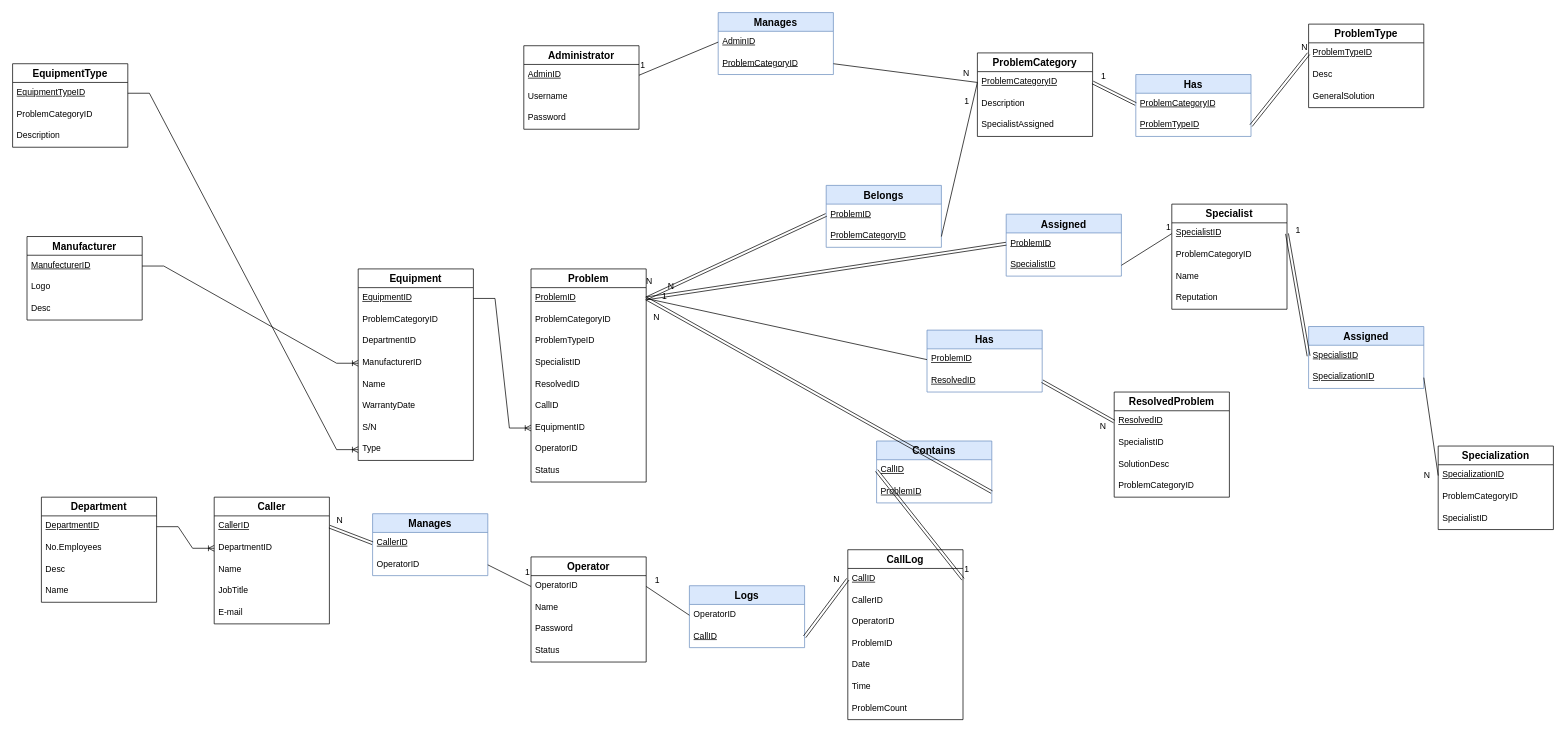
Above: DiagramaEquipamento.drawio in VascoMatos/diagramas (draw.io), before the change. Source tidied: cells renumbered, new cells numbered last; positions are measured from the earlier drawing's top-left corner, leaving out a move shared by most shapes. Both pictures are drawn from the tidied source at 72%, with x=0, y=0 at pixel (12, 12).
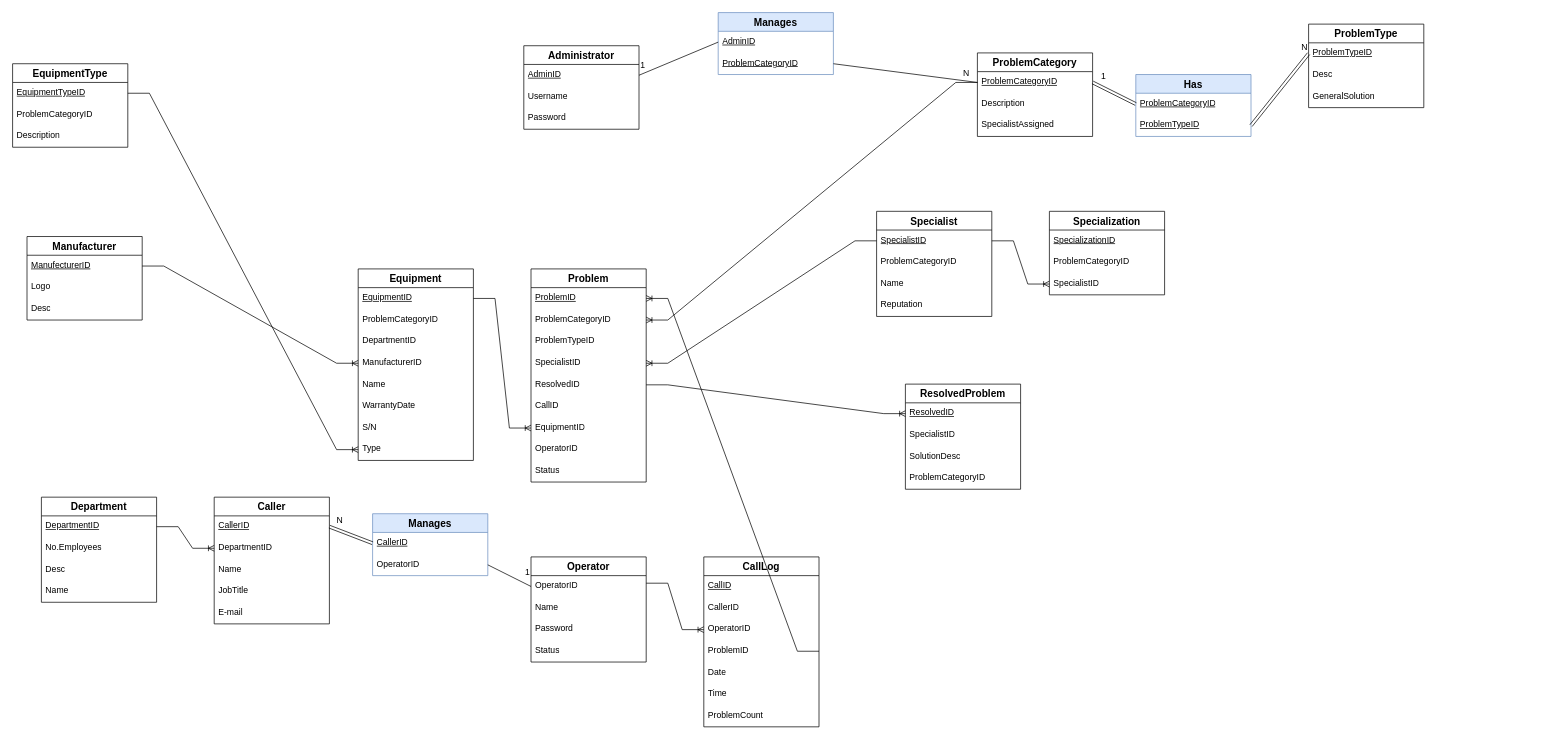
The same page after the edit.

The change refers to these unchanged cells:
```xml
<mxCell id="25" value="Operator" style="swimlane;fontStyle=1;horizontal=1;startSize=26;align=center;fontSize=14;" parent="1" vertex="1">
  <mxGeometry x="720" y="756" width="160" height="146" as="geometry" />
</mxCell>
<mxCell id="26" value="OperatorID" style="text;strokeColor=none;fillColor=none;spacingLeft=4;spacingRight=4;overflow=hidden;points=[[0,0.5],[1,0.5]];portConstraint=eastwest;fontSize=12;whiteSpace=wrap;html=1;" parent="25" vertex="1">
  <mxGeometry y="26" width="160" height="30" as="geometry" />
</mxCell>
<mxCell id="31" value="&lt;u&gt;CallID&lt;/u&gt;" style="text;strokeColor=none;fillColor=none;spacingLeft=4;spacingRight=4;overflow=hidden;points=[[0,0.5],[1,0.5]];portConstraint=eastwest;fontSize=12;whiteSpace=wrap;html=1;" parent="30" vertex="1">
  <mxGeometry y="26" width="160" height="30" as="geometry" />
</mxCell>
<mxCell id="33" value="OperatorID" style="text;strokeColor=none;fillColor=none;spacingLeft=4;spacingRight=4;overflow=hidden;points=[[0,0.5],[1,0.5]];portConstraint=eastwest;fontSize=12;whiteSpace=wrap;html=1;" parent="30" vertex="1">
  <mxGeometry y="86" width="160" height="30" as="geometry" />
</mxCell>
<mxCell id="34" value="ProblemID" style="text;strokeColor=none;fillColor=none;spacingLeft=4;spacingRight=4;overflow=hidden;points=[[0,0.5],[1,0.5]];portConstraint=eastwest;fontSize=12;whiteSpace=wrap;html=1;" parent="30" vertex="1">
  <mxGeometry y="116" width="160" height="30" as="geometry" />
</mxCell>
<mxCell id="48" value="&lt;u&gt;SpecializationID&lt;/u&gt;" style="text;strokeColor=none;fillColor=none;spacingLeft=4;spacingRight=4;overflow=hidden;points=[[0,0.5],[1,0.5]];portConstraint=eastwest;fontSize=12;whiteSpace=wrap;html=1;" parent="47" vertex="1">
  <mxGeometry y="26" width="160" height="30" as="geometry" />
</mxCell>
<mxCell id="50" value="SpecialistID" style="text;strokeColor=none;fillColor=none;spacingLeft=4;spacingRight=4;overflow=hidden;points=[[0,0.5],[1,0.5]];portConstraint=eastwest;fontSize=12;whiteSpace=wrap;html=1;" parent="47" vertex="1">
  <mxGeometry y="86" width="160" height="30" as="geometry" />
</mxCell>
<mxCell id="52" value="&lt;u&gt;ProblemCategoryID&lt;/u&gt;" style="text;strokeColor=none;fillColor=none;spacingLeft=4;spacingRight=4;overflow=hidden;points=[[0,0.5],[1,0.5]];portConstraint=eastwest;fontSize=12;whiteSpace=wrap;html=1;" parent="51" vertex="1">
  <mxGeometry y="26" width="160" height="30" as="geometry" />
</mxCell>
<mxCell id="60" value="&lt;u&gt;ResolvedID&lt;/u&gt;" style="text;strokeColor=none;fillColor=none;spacingLeft=4;spacingRight=4;overflow=hidden;points=[[0,0.5],[1,0.5]];portConstraint=eastwest;fontSize=12;whiteSpace=wrap;html=1;" parent="59" vertex="1">
  <mxGeometry y="26" width="160" height="30" as="geometry" />
</mxCell>
<mxCell id="65" value="&lt;u&gt;SpecialistID&lt;/u&gt;" style="text;strokeColor=none;fillColor=none;spacingLeft=4;spacingRight=4;overflow=hidden;points=[[0,0.5],[1,0.5]];portConstraint=eastwest;fontSize=12;whiteSpace=wrap;html=1;" parent="64" vertex="1">
  <mxGeometry y="26" width="160" height="30" as="geometry" />
</mxCell>
<mxCell id="70" value="&lt;u&gt;ProblemID&lt;/u&gt;" style="text;strokeColor=none;fillColor=none;spacingLeft=4;spacingRight=4;overflow=hidden;points=[[0,0.5],[1,0.5]];portConstraint=eastwest;fontSize=12;whiteSpace=wrap;html=1;" parent="69" vertex="1">
  <mxGeometry y="26" width="160" height="30" as="geometry" />
</mxCell>
<mxCell id="71" value="ProblemCategoryID" style="text;strokeColor=none;fillColor=none;spacingLeft=4;spacingRight=4;overflow=hidden;points=[[0,0.5],[1,0.5]];portConstraint=eastwest;fontSize=12;whiteSpace=wrap;html=1;" parent="69" vertex="1">
  <mxGeometry y="56" width="160" height="30" as="geometry" />
</mxCell>
<mxCell id="73" value="SpecialistID" style="text;strokeColor=none;fillColor=none;spacingLeft=4;spacingRight=4;overflow=hidden;points=[[0,0.5],[1,0.5]];portConstraint=eastwest;fontSize=12;whiteSpace=wrap;html=1;" parent="69" vertex="1">
  <mxGeometry y="116" width="160" height="30" as="geometry" />
</mxCell>
<mxCell id="74" value="ResolvedID" style="text;strokeColor=none;fillColor=none;spacingLeft=4;spacingRight=4;overflow=hidden;points=[[0,0.5],[1,0.5]];portConstraint=eastwest;fontSize=12;whiteSpace=wrap;html=1;" parent="69" vertex="1">
  <mxGeometry y="146" width="160" height="30" as="geometry" />
</mxCell>
```

The edit, as a diff of the source:
```diff
@@
     <mxCell id="30" value="CallLog" style="swimlane;fontStyle=1;horizontal=1;startSize=26;align=center;fontSize=14;" parent="1" vertex="1">
-      <mxGeometry x="1160" y="746" width="160" height="236" as="geometry" />
+      <mxGeometry x="960" y="756" width="160" height="236" as="geometry" />
     </mxCell>
@@
     <mxCell id="47" value="Specialization" style="swimlane;fontStyle=1;horizontal=1;startSize=26;align=center;fontSize=14;" parent="1" vertex="1">
-      <mxGeometry x="1980" y="602" width="160" height="116" as="geometry" />
+      <mxGeometry x="1440" y="276" width="160" height="116" as="geometry" />
     </mxCell>
@@
     <mxCell id="59" value="ResolvedProblem" style="swimlane;fontStyle=1;horizontal=1;startSize=26;align=center;fontSize=14;" parent="1" vertex="1">
-      <mxGeometry x="1530" y="527" width="160" height="146" as="geometry" />
+      <mxGeometry x="1240" y="516" width="160" height="146" as="geometry" />
     </mxCell>
@@
     <mxCell id="64" value="Specialist" style="swimlane;fontStyle=1;horizontal=1;startSize=26;align=center;fontSize=14;" parent="1" vertex="1">
-      <mxGeometry x="1610" y="266" width="160" height="146" as="geometry" />
+      <mxGeometry x="1200" y="276" width="160" height="146" as="geometry" />
     </mxCell>
@@
-    <mxCell id="93" value="Belongs" style="swimlane;fontStyle=1;horizontal=1;startSize=26;align=center;fontSize=14;fillColor=#dae8fc;strokeColor=#6c8ebf;" parent="1" vertex="1">
-      <mxGeometry x="1130" y="240" width="160" height="86" as="geometry" />
-    </mxCell>
-    <mxCell id="94" value="&lt;u&gt;ProblemID&lt;/u&gt;" style="text;strokeColor=none;fillColor=none;spacingLeft=4;spacingRight=4;overflow=hidden;points=[[0,0.5],[1,0.5]];portConstraint=eastwest;fontSize=12;whiteSpace=wrap;html=1;" parent="93" vertex="1">
-      <mxGeometry y="26" width="160" height="30" as="geometry" />
-    </mxCell>
-    <mxCell id="95" value="&lt;u&gt;ProblemCategoryID&lt;/u&gt;" style="text;strokeColor=none;fillColor=none;spacingLeft=4;spacingRight=4;overflow=hidden;points=[[0,0.5],[1,0.5]];portConstraint=eastwest;fontSize=12;whiteSpace=wrap;html=1;" parent="93" vertex="1">
-      <mxGeometry y="56" width="160" height="30" as="geometry" />
-    </mxCell>
-    <mxCell id="96" style="shape=link;html=1;rounded=0;entryX=1;entryY=0.5;entryDx=0;entryDy=0;exitX=0;exitY=0.5;exitDx=0;exitDy=0;" parent="1" edge="1" source="94" target="70">
-      <mxGeometry relative="1" as="geometry" />
-    </mxCell>
-    <mxCell id="97" value="N" style="html=1;whiteSpace=wrap;align=right;verticalAlign=bottom;" parent="96" vertex="1">
-      <mxGeometry x="1" relative="1" as="geometry">
-        <mxPoint x="10" y="-15" as="offset" />
-      </mxGeometry>
-    </mxCell>
-    <mxCell id="98" style="endArrow=none;html=1;rounded=0;exitX=1;exitY=0.5;exitDx=0;exitDy=0;entryX=0;entryY=0.5;entryDx=0;entryDy=0;" parent="1" edge="1" source="95" target="52">
-      <mxGeometry relative="1" as="geometry" />
-    </mxCell>
-    <mxCell id="99" value="1" style="html=1;whiteSpace=wrap;align=right;verticalAlign=bottom;" parent="98" vertex="1">
-      <mxGeometry x="1" relative="1" as="geometry">
-        <mxPoint x="-10" y="35" as="offset" />
-      </mxGeometry>
-    </mxCell>
@@
-    <mxCell id="107" value="Logs" style="swimlane;fontStyle=1;horizontal=1;startSize=26;align=center;fontSize=14;fillColor=#dae8fc;strokeColor=#6c8ebf;" parent="1" vertex="1">
-      <mxGeometry x="940" y="796" width="160" height="86" as="geometry" />
-    </mxCell>
-    <mxCell id="108" value="OperatorID" style="text;strokeColor=none;fillColor=none;spacingLeft=4;spacingRight=4;overflow=hidden;points=[[0,0.5],[1,0.5]];portConstraint=eastwest;fontSize=12;whiteSpace=wrap;html=1;" parent="107" vertex="1">
-      <mxGeometry y="26" width="160" height="30" as="geometry" />
-    </mxCell>
-    <mxCell id="109" value="&lt;u&gt;CallID&lt;/u&gt;" style="text;strokeColor=none;fillColor=none;spacingLeft=4;spacingRight=4;overflow=hidden;points=[[0,0.5],[1,0.5]];portConstraint=eastwest;fontSize=12;whiteSpace=wrap;html=1;" parent="107" vertex="1">
-      <mxGeometry y="56" width="160" height="30" as="geometry" />
-    </mxCell>
-    <mxCell id="110" style="endArrow=none;html=1;rounded=0;entryX=1;entryY=0.5;entryDx=0;entryDy=0;exitX=0;exitY=0.5;exitDx=0;exitDy=0;" parent="1" edge="1" source="108" target="26">
-      <mxGeometry relative="1" as="geometry" />
-    </mxCell>
-    <mxCell id="111" value="1" style="html=1;whiteSpace=wrap;align=right;verticalAlign=bottom;" parent="110" vertex="1">
-      <mxGeometry x="1" relative="1" as="geometry">
-        <mxPoint x="20" as="offset" />
-      </mxGeometry>
-    </mxCell>
-    <mxCell id="112" style="shape=link;html=1;rounded=0;entryX=0;entryY=0.5;entryDx=0;entryDy=0;exitX=1;exitY=0.5;exitDx=0;exitDy=0;" parent="1" edge="1" source="109" target="31">
-      <mxGeometry relative="1" as="geometry" />
-    </mxCell>
-    <mxCell id="113" value="N" style="html=1;whiteSpace=wrap;align=right;verticalAlign=bottom;" parent="112" vertex="1">
-      <mxGeometry x="1" relative="1" as="geometry">
-        <mxPoint x="-10" y="9" as="offset" />
-      </mxGeometry>
-    </mxCell>
-    <mxCell id="114" value="Contains" style="swimlane;fontStyle=1;horizontal=1;startSize=26;align=center;fontSize=14;fillColor=#dae8fc;strokeColor=#6c8ebf;" parent="1" vertex="1">
-      <mxGeometry x="1200" y="595" width="160" height="86" as="geometry" />
-    </mxCell>
-    <mxCell id="115" value="&lt;u&gt;CallID&lt;/u&gt;" style="text;strokeColor=none;fillColor=none;spacingLeft=4;spacingRight=4;overflow=hidden;points=[[0,0.5],[1,0.5]];portConstraint=eastwest;fontSize=12;whiteSpace=wrap;html=1;" parent="114" vertex="1">
-      <mxGeometry y="26" width="160" height="30" as="geometry" />
-    </mxCell>
-    <mxCell id="116" value="&lt;u&gt;ProblemID&lt;/u&gt;" style="text;strokeColor=none;fillColor=none;spacingLeft=4;spacingRight=4;overflow=hidden;points=[[0,0.5],[1,0.5]];portConstraint=eastwest;fontSize=12;whiteSpace=wrap;html=1;" parent="114" vertex="1">
-      <mxGeometry y="56" width="160" height="30" as="geometry" />
-    </mxCell>
-    <mxCell id="117" style="shape=link;html=1;rounded=0;entryX=1;entryY=0.5;entryDx=0;entryDy=0;exitX=0;exitY=0.5;exitDx=0;exitDy=0;" parent="1" edge="1" source="115" target="31">
-      <mxGeometry relative="1" as="geometry" />
-    </mxCell>
-    <mxCell id="118" value="1" style="html=1;whiteSpace=wrap;align=right;verticalAlign=bottom;" parent="117" vertex="1">
-      <mxGeometry x="1" relative="1" as="geometry">
-        <mxPoint x="10" y="-5" as="offset" />
-      </mxGeometry>
-    </mxCell>
-    <mxCell id="119" style="shape=link;html=1;rounded=0;exitX=1;exitY=0.5;exitDx=0;exitDy=0;entryX=1;entryY=0.5;entryDx=0;entryDy=0;" parent="1" edge="1" source="116" target="70">
-      <mxGeometry relative="1" as="geometry" />
-    </mxCell>
-    <mxCell id="120" value="N" style="html=1;whiteSpace=wrap;align=right;verticalAlign=bottom;" parent="119" vertex="1">
-      <mxGeometry x="1" relative="1" as="geometry">
-        <mxPoint x="20" y="35" as="offset" />
-      </mxGeometry>
-    </mxCell>
-    <mxCell id="121" value="Assigned" style="swimlane;fontStyle=1;horizontal=1;startSize=26;align=center;fontSize=14;fillColor=#dae8fc;strokeColor=#6c8ebf;" parent="1" vertex="1">
-      <mxGeometry x="1800" y="436" width="160" height="86" as="geometry" />
-    </mxCell>
-    <mxCell id="122" value="&lt;u&gt;SpecialistID&lt;/u&gt;" style="text;strokeColor=none;fillColor=none;spacingLeft=4;spacingRight=4;overflow=hidden;points=[[0,0.5],[1,0.5]];portConstraint=eastwest;fontSize=12;whiteSpace=wrap;html=1;" parent="121" vertex="1">
-      <mxGeometry y="26" width="160" height="30" as="geometry" />
-    </mxCell>
-    <mxCell id="123" value="&lt;u&gt;SpecializationID&lt;/u&gt;" style="text;strokeColor=none;fillColor=none;spacingLeft=4;spacingRight=4;overflow=hidden;points=[[0,0.5],[1,0.5]];portConstraint=eastwest;fontSize=12;whiteSpace=wrap;html=1;" parent="121" vertex="1">
-      <mxGeometry y="56" width="160" height="30" as="geometry" />
-    </mxCell>
-    <mxCell id="124" style="shape=link;html=1;rounded=0;entryX=1;entryY=0.5;entryDx=0;entryDy=0;exitX=0;exitY=0.5;exitDx=0;exitDy=0;" parent="1" edge="1" source="122" target="65">
-      <mxGeometry relative="1" as="geometry" />
-    </mxCell>
-    <mxCell id="125" value="1" style="html=1;whiteSpace=wrap;align=right;verticalAlign=bottom;" parent="124" vertex="1">
-      <mxGeometry x="1" relative="1" as="geometry">
-        <mxPoint x="20" y="4" as="offset" />
-      </mxGeometry>
-    </mxCell>
-    <mxCell id="126" style="endArrow=none;html=1;rounded=0;exitX=1;exitY=0.5;exitDx=0;exitDy=0;entryX=0;entryY=0.5;entryDx=0;entryDy=0;" parent="1" edge="1" source="123" target="48">
-      <mxGeometry relative="1" as="geometry" />
-    </mxCell>
-    <mxCell id="127" value="N" style="html=1;whiteSpace=wrap;align=right;verticalAlign=bottom;" parent="126" vertex="1">
-      <mxGeometry x="1" relative="1" as="geometry">
-        <mxPoint x="-10" y="8" as="offset" />
-      </mxGeometry>
-    </mxCell>
-    <mxCell id="128" value="Has" style="swimlane;fontStyle=1;horizontal=1;startSize=26;align=center;fontSize=14;fillColor=#dae8fc;strokeColor=#6c8ebf;" parent="1" vertex="1">
-      <mxGeometry x="1270" y="441" width="160" height="86" as="geometry" />
-    </mxCell>
-    <mxCell id="129" value="&lt;u&gt;ProblemID&lt;/u&gt;" style="text;strokeColor=none;fillColor=none;spacingLeft=4;spacingRight=4;overflow=hidden;points=[[0,0.5],[1,0.5]];portConstraint=eastwest;fontSize=12;whiteSpace=wrap;html=1;" parent="128" vertex="1">
-      <mxGeometry y="26" width="160" height="30" as="geometry" />
-    </mxCell>
-    <mxCell id="130" value="&lt;u&gt;ResolvedID&lt;/u&gt;" style="text;strokeColor=none;fillColor=none;spacingLeft=4;spacingRight=4;overflow=hidden;points=[[0,0.5],[1,0.5]];portConstraint=eastwest;fontSize=12;whiteSpace=wrap;html=1;" parent="128" vertex="1">
-      <mxGeometry y="56" width="160" height="30" as="geometry" />
-    </mxCell>
-    <mxCell id="131" style="endArrow=none;html=1;rounded=0;entryX=1;entryY=0.5;entryDx=0;entryDy=0;exitX=0;exitY=0.5;exitDx=0;exitDy=0;" parent="1" edge="1" source="129" target="70">
-      <mxGeometry relative="1" as="geometry" />
-    </mxCell>
-    <mxCell id="132" value="1" style="html=1;whiteSpace=wrap;align=right;verticalAlign=bottom;" parent="131" vertex="1">
-      <mxGeometry x="1" relative="1" as="geometry">
-        <mxPoint x="30" y="5" as="offset" />
-      </mxGeometry>
-    </mxCell>
-    <mxCell id="133" style="shape=link;html=1;rounded=0;entryX=0;entryY=0.5;entryDx=0;entryDy=0;exitX=1;exitY=0.5;exitDx=0;exitDy=0;" parent="1" edge="1" source="130" target="60">
-      <mxGeometry relative="1" as="geometry" />
-    </mxCell>
-    <mxCell id="134" value="N" style="html=1;whiteSpace=wrap;align=right;verticalAlign=bottom;" parent="133" vertex="1">
-      <mxGeometry x="1" relative="1" as="geometry">
-        <mxPoint x="-10" y="15" as="offset" />
-      </mxGeometry>
-    </mxCell>
-    <mxCell id="135" value="Assigned" style="swimlane;fontStyle=1;horizontal=1;startSize=26;align=center;fontSize=14;fillColor=#dae8fc;strokeColor=#6c8ebf;" parent="1" vertex="1">
-      <mxGeometry x="1380" y="280" width="160" height="86" as="geometry" />
-    </mxCell>
-    <mxCell id="136" value="&lt;u&gt;ProblemID&lt;/u&gt;" style="text;strokeColor=none;fillColor=none;spacingLeft=4;spacingRight=4;overflow=hidden;points=[[0,0.5],[1,0.5]];portConstraint=eastwest;fontSize=12;whiteSpace=wrap;html=1;" parent="135" vertex="1">
-      <mxGeometry y="26" width="160" height="30" as="geometry" />
-    </mxCell>
-    <mxCell id="137" value="&lt;u&gt;SpecialistID&lt;/u&gt;" style="text;strokeColor=none;fillColor=none;spacingLeft=4;spacingRight=4;overflow=hidden;points=[[0,0.5],[1,0.5]];portConstraint=eastwest;fontSize=12;whiteSpace=wrap;html=1;" parent="135" vertex="1">
-      <mxGeometry y="56" width="160" height="30" as="geometry" />
-    </mxCell>
-    <mxCell id="138" style="endArrow=none;html=1;rounded=0;entryX=0;entryY=0.5;entryDx=0;entryDy=0;exitX=1;exitY=0.5;exitDx=0;exitDy=0;" parent="1" edge="1" source="137" target="65">
-      <mxGeometry relative="1" as="geometry" />
-    </mxCell>
-    <mxCell id="139" value="1" style="html=1;whiteSpace=wrap;align=right;verticalAlign=bottom;" parent="138" vertex="1">
-      <mxGeometry x="1" relative="1" as="geometry" />
-    </mxCell>
-    <mxCell id="140" style="shape=link;html=1;rounded=0;entryX=1;entryY=0.5;entryDx=0;entryDy=0;exitX=0;exitY=0.5;exitDx=0;exitDy=0;" parent="1" edge="1" source="136" target="70">
-      <mxGeometry relative="1" as="geometry" />
-    </mxCell>
-    <mxCell id="141" value="N" style="html=1;whiteSpace=wrap;align=right;verticalAlign=bottom;" parent="140" vertex="1">
-      <mxGeometry x="1" relative="1" as="geometry">
-        <mxPoint x="40" y="-8" as="offset" />
-      </mxGeometry>
-    </mxCell>
@@
+    <mxCell id="146" style="edgeStyle=entityRelationEdgeStyle;fontSize=12;html=1;endArrow=ERoneToMany;rounded=0;exitX=1;exitY=0.25;exitDx=0;exitDy=0;entryX=0;entryY=0.5;entryDx=0;entryDy=0;" parent="1" edge="1" source="25" target="33">
+      <mxGeometry relative="1" as="geometry" />
+    </mxCell>
+    <mxCell id="147" style="edgeStyle=entityRelationEdgeStyle;fontSize=12;html=1;endArrow=ERoneToMany;rounded=0;exitX=1;exitY=0.5;exitDx=0;exitDy=0;entryX=1;entryY=0.5;entryDx=0;entryDy=0;" parent="1" edge="1" source="34" target="70">
+      <mxGeometry relative="1" as="geometry">
+        <Array as="points">
+          <mxPoint x="1100" y="926" />
+          <mxPoint x="1200" y="887" />
+        </Array>
+      </mxGeometry>
+    </mxCell>
+    <mxCell id="148" style="edgeStyle=entityRelationEdgeStyle;fontSize=12;html=1;endArrow=ERoneToMany;rounded=0;exitX=1;exitY=0.5;exitDx=0;exitDy=0;entryX=0;entryY=0.5;entryDx=0;entryDy=0;" parent="1" edge="1" source="74" target="60">
+      <mxGeometry relative="1" as="geometry" />
+    </mxCell>
+    <mxCell id="149" style="edgeStyle=entityRelationEdgeStyle;fontSize=12;html=1;endArrow=ERoneToMany;rounded=0;exitX=1;exitY=0.5;exitDx=0;exitDy=0;entryX=0;entryY=0.5;entryDx=0;entryDy=0;" parent="1" edge="1" source="65" target="50">
+      <mxGeometry relative="1" as="geometry" />
+    </mxCell>
+    <mxCell id="150" style="edgeStyle=entityRelationEdgeStyle;fontSize=12;html=1;endArrow=ERoneToMany;rounded=0;exitX=0;exitY=0.5;exitDx=0;exitDy=0;entryX=1;entryY=0.5;entryDx=0;entryDy=0;" parent="1" edge="1" source="52" target="71">
+      <mxGeometry relative="1" as="geometry" />
+    </mxCell>
+    <mxCell id="151" style="edgeStyle=entityRelationEdgeStyle;fontSize=12;html=1;endArrow=ERoneToMany;rounded=0;exitX=0;exitY=0.5;exitDx=0;exitDy=0;entryX=1;entryY=0.5;entryDx=0;entryDy=0;" parent="1" edge="1" source="65" target="73">
+      <mxGeometry relative="1" as="geometry" />
+    </mxCell>
```
